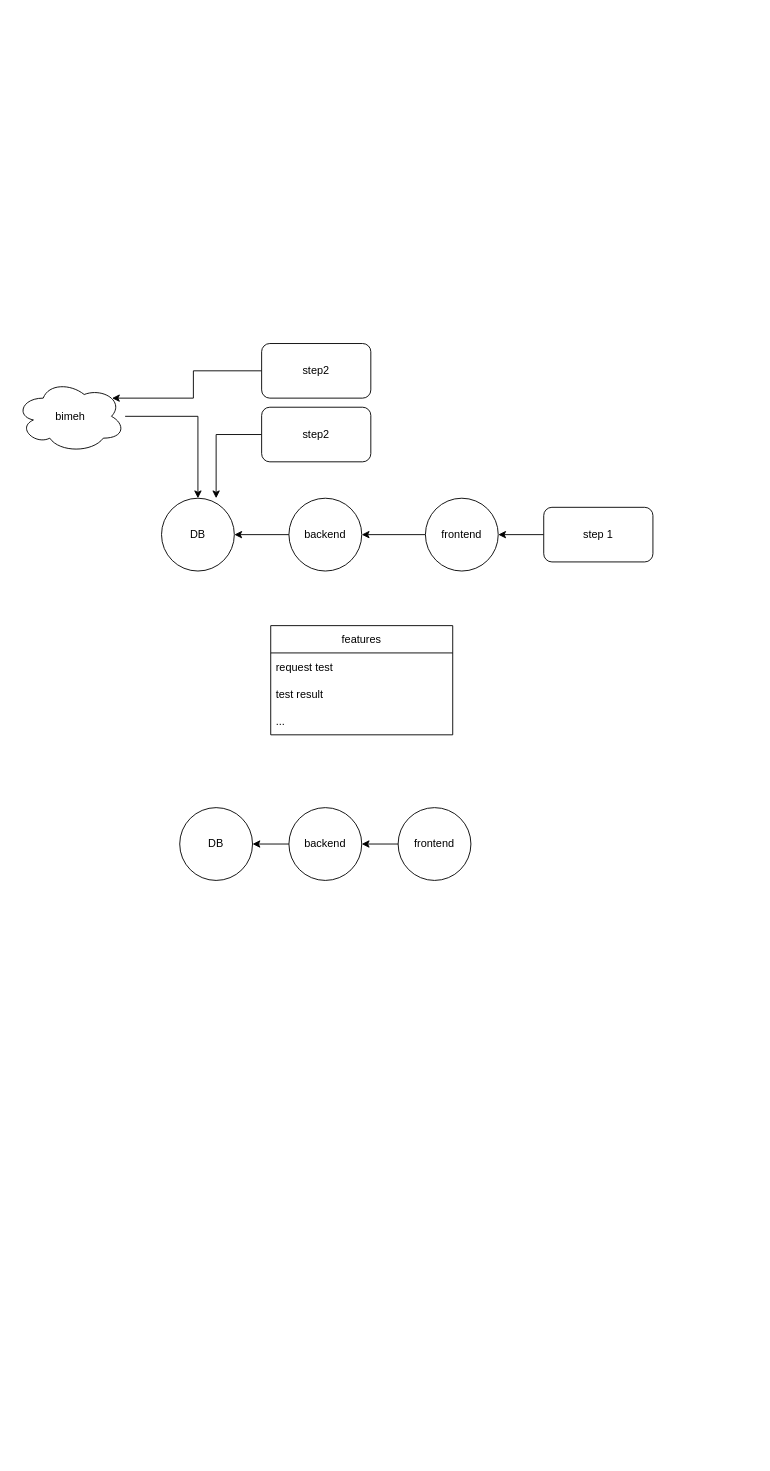
Earlier version of the draw.io diagram lab-automation.drawio (mm74noroozi/drawio). Source tidied: cells renumbered, new cells numbered last; positions are measured from the earlier drawing's top-left corner, leaving out a move shared by most shapes. Both pictures are drawn from the tidied source at 91%, with x=0, y=0 at pixel (15, 343).
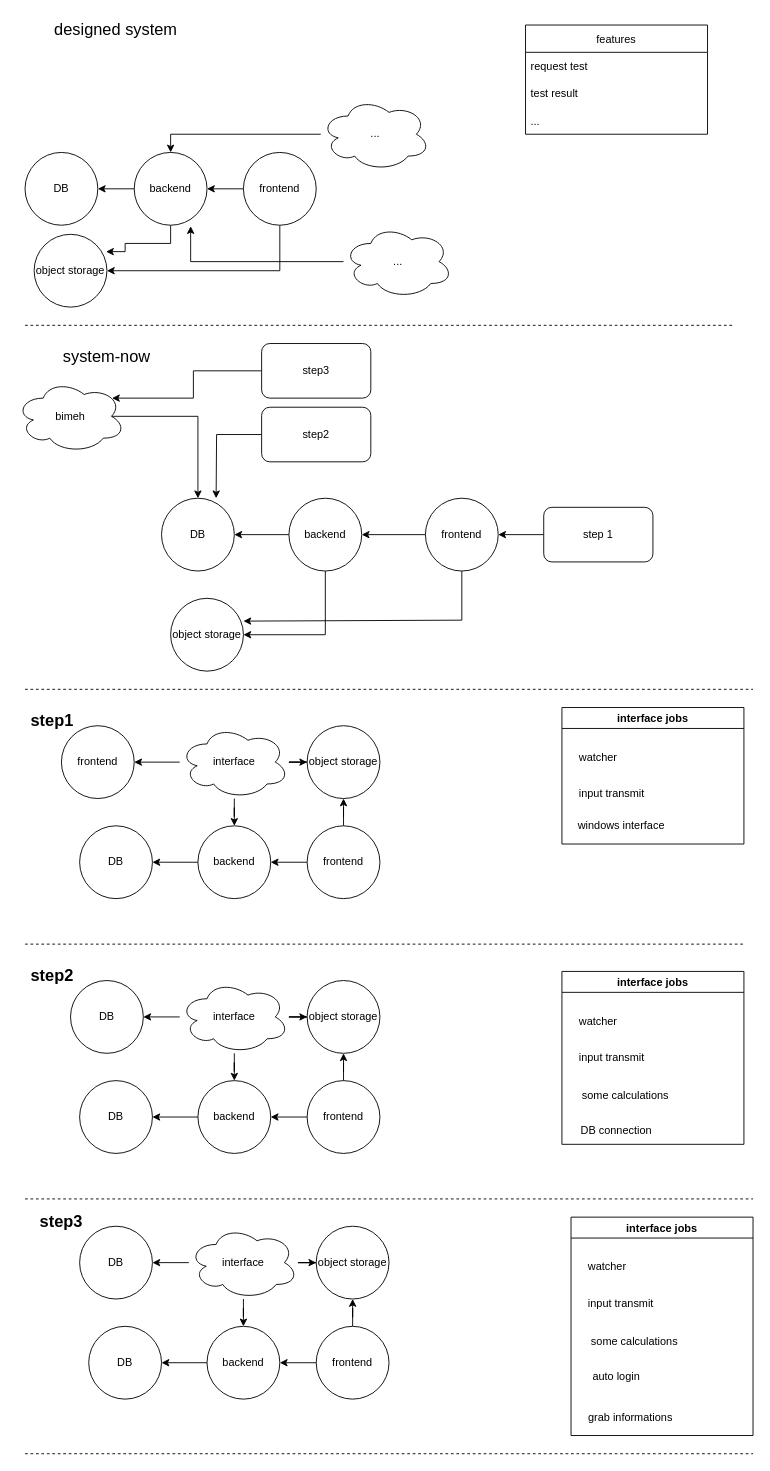
After the change.

The change refers to these unchanged cells:
```xml
<mxCell id="4" value="DB" style="ellipse;whiteSpace=wrap;html=1;" parent="1" vertex="1">
  <mxGeometry x="160" y="170" width="80" height="80" as="geometry" />
</mxCell>
<mxCell id="6" value="backend" style="ellipse;whiteSpace=wrap;html=1;" parent="1" vertex="1">
  <mxGeometry x="300" y="170" width="80" height="80" as="geometry" />
</mxCell>
<mxCell id="8" value="frontend" style="ellipse;whiteSpace=wrap;html=1;" parent="1" vertex="1">
  <mxGeometry x="450" y="170" width="80" height="80" as="geometry" />
</mxCell>
<mxCell id="10" value="bimeh" style="ellipse;shape=cloud;whiteSpace=wrap;html=1;" parent="1" vertex="1">
  <mxGeometry y="40" width="120" height="80" as="geometry" />
</mxCell>
<mxCell id="12" value="step2" style="rounded=1;whiteSpace=wrap;html=1;" parent="1" vertex="1">
  <mxGeometry x="270" y="70" width="120" height="60" as="geometry" />
</mxCell>
```

Diff of the diagram source:
```diff
@@
+    <mxCell id="24" style="edgeStyle=orthogonalEdgeStyle;rounded=0;jettySize=auto;html=1;entryX=1;entryY=0.5;entryDx=0;entryDy=0;" parent="1" edge="1" source="6" target="30">
+      <mxGeometry relative="1" as="geometry">
+        <Array as="points">
+          <mxPoint x="340" y="320" />
+        </Array>
+      </mxGeometry>
+    </mxCell>
@@
+    <mxCell id="25" style="edgeStyle=orthogonalEdgeStyle;rounded=0;jettySize=auto;html=1;entryX=1;entryY=0.313;entryDx=0;entryDy=0;entryPerimeter=0;" parent="1" edge="1" source="8" target="30">
+      <mxGeometry relative="1" as="geometry">
+        <Array as="points">
+          <mxPoint x="490" y="304" />
+        </Array>
+      </mxGeometry>
+    </mxCell>
@@
-    <mxCell id="9" style="edgeStyle=orthogonalEdgeStyle;rounded=0;jettySize=auto;html=1;entryX=0.5;entryY=0;entryDx=0;entryDy=0;" parent="1" edge="1" source="10" target="4">
+    <mxCell id="9" style="edgeStyle=orthogonalEdgeStyle;rounded=0;jettySize=auto;html=1;entryX=0.5;entryY=0;entryDx=0;entryDy=0;exitX=0.875;exitY=0.5;exitDx=0;exitDy=0;exitPerimeter=0;" parent="1" edge="1" source="10" target="4">
       <mxGeometry relative="1" as="geometry" />
     </mxCell>
@@
-    <mxCell id="11" style="edgeStyle=orthogonalEdgeStyle;rounded=0;jettySize=auto;html=1;entryX=0.75;entryY=0;entryDx=0;entryDy=0;entryPerimeter=0;" parent="1" edge="1" source="12" target="4">
-      <mxGeometry relative="1" as="geometry" />
+    <mxCell id="11" style="edgeStyle=orthogonalEdgeStyle;rounded=0;jettySize=auto;html=1;" parent="1" edge="1" source="12">
+      <mxGeometry relative="1" as="geometry">
+        <mxPoint x="220" y="170" as="targetPoint" />
+      </mxGeometry>
     </mxCell>
@@
-    <mxCell id="14" value="step2" style="rounded=1;whiteSpace=wrap;html=1;" parent="1" vertex="1">
+    <mxCell id="14" value="&lt;div&gt;step3&lt;/div&gt;" style="rounded=1;whiteSpace=wrap;html=1;" parent="1" vertex="1">
       <mxGeometry x="270" width="120" height="60" as="geometry" />
     </mxCell>
     <mxCell id="15" value="features" style="swimlane;fontStyle=0;horizontal=1;startSize=30;" parent="1" vertex="1">
-      <mxGeometry x="280" y="310" width="200" height="120" as="geometry" />
+      <mxGeometry x="560" y="-350" width="200" height="120" as="geometry" />
     </mxCell>
@@
     <mxCell id="19" value="DB" style="ellipse;whiteSpace=wrap;html=1;" parent="1" vertex="1">
-      <mxGeometry x="180" y="510" width="80" height="80" as="geometry" />
+      <mxGeometry x="10" y="-210" width="80" height="80" as="geometry" />
     </mxCell>
@@
+    <mxCell id="26" style="edgeStyle=orthogonalEdgeStyle;rounded=0;jettySize=auto;html=1;entryX=0.988;entryY=0.238;entryDx=0;entryDy=0;entryPerimeter=0;" parent="1" edge="1" source="21" target="28">
+      <mxGeometry relative="1" as="geometry">
+        <Array as="points">
+          <mxPoint x="170" y="-110" />
+          <mxPoint x="120" y="-110" />
+          <mxPoint x="120" y="-101" />
+        </Array>
+      </mxGeometry>
+    </mxCell>
     <mxCell id="21" value="backend" style="ellipse;whiteSpace=wrap;html=1;" parent="1" vertex="1">
-      <mxGeometry x="300" y="510" width="80" height="80" as="geometry" />
+      <mxGeometry x="130" y="-210" width="80" height="80" as="geometry" />
     </mxCell>
@@
+    <mxCell id="27" style="edgeStyle=orthogonalEdgeStyle;rounded=0;jettySize=auto;html=1;entryX=1;entryY=0.5;entryDx=0;entryDy=0;" parent="1" edge="1" source="23" target="28">
+      <mxGeometry relative="1" as="geometry">
+        <Array as="points">
+          <mxPoint x="290" y="-80" />
+        </Array>
+      </mxGeometry>
+    </mxCell>
     <mxCell id="23" value="frontend" style="ellipse;whiteSpace=wrap;html=1;" parent="1" vertex="1">
-      <mxGeometry x="420" y="510" width="80" height="80" as="geometry" />
+      <mxGeometry x="250" y="-210" width="80" height="80" as="geometry" />
     </mxCell>
+    <mxCell id="28" value="object storage" style="ellipse;whiteSpace=wrap;html=1;" parent="1" vertex="1">
+      <mxGeometry x="20" y="-120" width="80" height="80" as="geometry" />
+    </mxCell>
+    <mxCell id="29" style="endArrow=none;dashed=1;html=1;rounded=0;" parent="1" edge="1">
+      <mxGeometry relative="1" as="geometry">
+        <mxPoint x="10" y="-20" as="sourcePoint" />
+        <mxPoint x="790" y="-20" as="targetPoint" />
+      </mxGeometry>
+    </mxCell>
+    <mxCell id="30" value="object storage" style="ellipse;whiteSpace=wrap;html=1;" parent="1" vertex="1">
+      <mxGeometry x="170" y="280" width="80" height="80" as="geometry" />
+    </mxCell>
+    <mxCell id="31" style="endArrow=none;dashed=1;html=1;rounded=0;" parent="1" edge="1">
+      <mxGeometry relative="1" as="geometry">
+        <mxPoint x="10" y="380" as="sourcePoint" />
+        <mxPoint x="810" y="380" as="targetPoint" />
+      </mxGeometry>
+    </mxCell>
+    <mxCell id="32" style="edgeStyle=orthogonalEdgeStyle;rounded=0;jettySize=auto;html=1;entryX=0.775;entryY=1.013;entryDx=0;entryDy=0;entryPerimeter=0;fontSize=18;" parent="1" edge="1" source="33" target="21">
+      <mxGeometry relative="1" as="geometry" />
+    </mxCell>
+    <mxCell id="33" value="..." style="ellipse;shape=cloud;whiteSpace=wrap;html=1;" parent="1" vertex="1">
+      <mxGeometry x="360" y="-130" width="120" height="80" as="geometry" />
+    </mxCell>
+    <mxCell id="34" style="edgeStyle=orthogonalEdgeStyle;rounded=0;jettySize=auto;html=1;entryX=0.5;entryY=0;entryDx=0;entryDy=0;fontSize=18;" parent="1" edge="1" source="35" target="21">
+      <mxGeometry relative="1" as="geometry" />
+    </mxCell>
+    <mxCell id="35" value="..." style="ellipse;shape=cloud;whiteSpace=wrap;html=1;" parent="1" vertex="1">
+      <mxGeometry x="335" y="-270" width="120" height="80" as="geometry" />
+    </mxCell>
+    <mxCell id="36" value="frontend" style="ellipse;whiteSpace=wrap;html=1;" parent="1" vertex="1">
+      <mxGeometry x="50" y="420" width="80" height="80" as="geometry" />
+    </mxCell>
+    <mxCell id="37" style="edgeStyle=orthogonalEdgeStyle;rounded=0;jettySize=auto;html=1;" parent="1" edge="1" source="40" target="46">
+      <mxGeometry relative="1" as="geometry" />
+    </mxCell>
+    <mxCell id="38" style="edgeStyle=orthogonalEdgeStyle;rounded=0;jettySize=auto;html=1;" parent="1" edge="1" source="40" target="36">
+      <mxGeometry relative="1" as="geometry" />
+    </mxCell>
+    <mxCell id="39" style="edgeStyle=orthogonalEdgeStyle;rounded=0;jettySize=auto;html=1;entryX=0;entryY=0.5;entryDx=0;entryDy=0;" parent="1" edge="1" source="40" target="51">
+      <mxGeometry relative="1" as="geometry" />
+    </mxCell>
+    <mxCell id="40" value="interface" style="ellipse;shape=cloud;whiteSpace=wrap;html=1;" parent="1" vertex="1">
+      <mxGeometry x="180" y="420" width="120" height="80" as="geometry" />
+    </mxCell>
+    <mxCell id="41" value="interface jobs" style="swimlane;" parent="1" vertex="1">
+      <mxGeometry x="600" y="400" width="200" height="150" as="geometry" />
+    </mxCell>
+    <mxCell id="42" value="watcher" style="text;html=1;strokeColor=none;fillColor=none;align=center;verticalAlign=middle;whiteSpace=wrap;rounded=0;" parent="41" vertex="1">
+      <mxGeometry x="10" y="40" width="60" height="30" as="geometry" />
+    </mxCell>
+    <mxCell id="43" value="input transmit" style="text;html=1;strokeColor=none;fillColor=none;align=center;verticalAlign=middle;whiteSpace=wrap;rounded=0;" parent="41" vertex="1">
+      <mxGeometry y="80" width="110" height="30" as="geometry" />
+    </mxCell>
+    <mxCell id="44" value="windows interface" style="text;html=1;align=center;verticalAlign=middle;strokeColor=none;fillColor=none;fontSize=12;" parent="41" vertex="1">
+      <mxGeometry x="10" y="120" width="110" height="20" as="geometry" />
+    </mxCell>
+    <mxCell id="45" style="edgeStyle=orthogonalEdgeStyle;rounded=0;jettySize=auto;html=1;" parent="1" edge="1" source="46" target="50">
+      <mxGeometry relative="1" as="geometry" />
+    </mxCell>
+    <mxCell id="46" value="backend" style="ellipse;whiteSpace=wrap;html=1;" parent="1" vertex="1">
+      <mxGeometry x="200" y="530" width="80" height="80" as="geometry" />
+    </mxCell>
+    <mxCell id="47" style="edgeStyle=orthogonalEdgeStyle;rounded=0;jettySize=auto;html=1;" parent="1" edge="1" source="49" target="46">
+      <mxGeometry relative="1" as="geometry" />
+    </mxCell>
+    <mxCell id="48" style="edgeStyle=orthogonalEdgeStyle;rounded=0;jettySize=auto;html=1;" parent="1" edge="1" source="49" target="51">
+      <mxGeometry relative="1" as="geometry" />
+    </mxCell>
+    <mxCell id="49" value="frontend" style="ellipse;whiteSpace=wrap;html=1;" parent="1" vertex="1">
+      <mxGeometry x="320" y="530" width="80" height="80" as="geometry" />
+    </mxCell>
+    <mxCell id="50" value="DB" style="ellipse;whiteSpace=wrap;html=1;" parent="1" vertex="1">
+      <mxGeometry x="70" y="530" width="80" height="80" as="geometry" />
+    </mxCell>
+    <mxCell id="51" value="object storage" style="ellipse;whiteSpace=wrap;html=1;" parent="1" vertex="1">
+      <mxGeometry x="320" y="420" width="80" height="80" as="geometry" />
+    </mxCell>
+    <mxCell id="52" style="endArrow=none;dashed=1;html=1;rounded=0;" parent="1" edge="1">
+      <mxGeometry relative="1" as="geometry">
+        <mxPoint x="10" y="660" as="sourcePoint" />
+        <mxPoint x="800" y="660" as="targetPoint" />
+      </mxGeometry>
+    </mxCell>
+    <mxCell id="53" value="&lt;font style=&quot;font-size: 18px&quot;&gt;&lt;b&gt;step1&lt;/b&gt;&lt;/font&gt;" style="text;html=1;strokeColor=none;fillColor=none;align=center;verticalAlign=middle;whiteSpace=wrap;rounded=0;" parent="1" vertex="1">
+      <mxGeometry x="10" y="400" width="60" height="30" as="geometry" />
+    </mxCell>
+    <mxCell id="54" value="system-now" style="text;html=1;strokeColor=none;fillColor=none;align=center;verticalAlign=middle;whiteSpace=wrap;rounded=0;fontSize=18;" parent="1" vertex="1">
+      <mxGeometry x="20" width="160" height="30" as="geometry" />
+    </mxCell>
+    <mxCell id="55" value="designed system" style="text;html=1;strokeColor=none;fillColor=none;align=center;verticalAlign=middle;whiteSpace=wrap;rounded=0;fontSize=18;" parent="1" vertex="1">
+      <mxGeometry x="30" y="-360" width="160" height="30" as="geometry" />
+    </mxCell>
+    <mxCell id="56" value="DB" style="ellipse;whiteSpace=wrap;html=1;" parent="1" vertex="1">
+      <mxGeometry x="60" y="700" width="80" height="80" as="geometry" />
+    </mxCell>
+    <mxCell id="57" style="edgeStyle=orthogonalEdgeStyle;rounded=0;jettySize=auto;html=1;" parent="1" edge="1" source="60" target="67">
+      <mxGeometry relative="1" as="geometry" />
+    </mxCell>
+    <mxCell id="58" style="edgeStyle=orthogonalEdgeStyle;rounded=0;jettySize=auto;html=1;" parent="1" edge="1" source="60" target="56">
+      <mxGeometry relative="1" as="geometry" />
+    </mxCell>
+    <mxCell id="59" style="edgeStyle=orthogonalEdgeStyle;rounded=0;jettySize=auto;html=1;entryX=0;entryY=0.5;entryDx=0;entryDy=0;" parent="1" edge="1" source="60" target="72">
+      <mxGeometry relative="1" as="geometry" />
+    </mxCell>
+    <mxCell id="60" value="interface" style="ellipse;shape=cloud;whiteSpace=wrap;html=1;" parent="1" vertex="1">
+      <mxGeometry x="180" y="700" width="120" height="80" as="geometry" />
+    </mxCell>
+    <mxCell id="61" value="interface jobs" style="swimlane;" parent="1" vertex="1">
+      <mxGeometry x="600" y="690" width="200" height="190" as="geometry" />
+    </mxCell>
+    <mxCell id="62" value="watcher" style="text;html=1;strokeColor=none;fillColor=none;align=center;verticalAlign=middle;whiteSpace=wrap;rounded=0;" parent="61" vertex="1">
+      <mxGeometry x="10" y="40" width="60" height="30" as="geometry" />
+    </mxCell>
+    <mxCell id="63" value="input transmit" style="text;html=1;strokeColor=none;fillColor=none;align=center;verticalAlign=middle;whiteSpace=wrap;rounded=0;" parent="61" vertex="1">
+      <mxGeometry y="80" width="110" height="30" as="geometry" />
+    </mxCell>
+    <mxCell id="64" value="&lt;font style=&quot;font-size: 12px&quot;&gt;some calculations&lt;br&gt;&lt;/font&gt;" style="text;html=1;strokeColor=none;fillColor=none;align=center;verticalAlign=middle;whiteSpace=wrap;rounded=0;fontSize=18;" parent="61" vertex="1">
+      <mxGeometry x="10" y="120" width="120" height="30" as="geometry" />
+    </mxCell>
+    <mxCell id="65" value="DB connection" style="text;html=1;strokeColor=none;fillColor=none;align=center;verticalAlign=middle;whiteSpace=wrap;rounded=0;fontSize=12;" parent="61" vertex="1">
+      <mxGeometry x="10" y="160" width="100" height="30" as="geometry" />
+    </mxCell>
+    <mxCell id="66" style="edgeStyle=orthogonalEdgeStyle;rounded=0;jettySize=auto;html=1;" parent="1" edge="1" source="67" target="71">
+      <mxGeometry relative="1" as="geometry" />
+    </mxCell>
+    <mxCell id="67" value="backend" style="ellipse;whiteSpace=wrap;html=1;" parent="1" vertex="1">
+      <mxGeometry x="200" y="810" width="80" height="80" as="geometry" />
+    </mxCell>
+    <mxCell id="68" style="edgeStyle=orthogonalEdgeStyle;rounded=0;jettySize=auto;html=1;" parent="1" edge="1" source="70" target="67">
+      <mxGeometry relative="1" as="geometry" />
+    </mxCell>
+    <mxCell id="69" style="edgeStyle=orthogonalEdgeStyle;rounded=0;jettySize=auto;html=1;" parent="1" edge="1" source="70" target="72">
+      <mxGeometry relative="1" as="geometry" />
+    </mxCell>
+    <mxCell id="70" value="frontend" style="ellipse;whiteSpace=wrap;html=1;" parent="1" vertex="1">
+      <mxGeometry x="320" y="810" width="80" height="80" as="geometry" />
+    </mxCell>
+    <mxCell id="71" value="DB" style="ellipse;whiteSpace=wrap;html=1;" parent="1" vertex="1">
+      <mxGeometry x="70" y="810" width="80" height="80" as="geometry" />
+    </mxCell>
+    <mxCell id="72" value="object storage" style="ellipse;whiteSpace=wrap;html=1;" parent="1" vertex="1">
+      <mxGeometry x="320" y="700" width="80" height="80" as="geometry" />
+    </mxCell>
+    <mxCell id="73" value="&lt;font style=&quot;font-size: 18px&quot;&gt;&lt;b&gt;step2&lt;/b&gt;&lt;/font&gt;" style="text;html=1;strokeColor=none;fillColor=none;align=center;verticalAlign=middle;whiteSpace=wrap;rounded=0;" parent="1" vertex="1">
+      <mxGeometry x="10" y="680" width="60" height="30" as="geometry" />
+    </mxCell>
+    <mxCell id="74" style="endArrow=none;dashed=1;html=1;rounded=0;fontSize=12;" parent="1" edge="1">
+      <mxGeometry relative="1" as="geometry">
+        <mxPoint x="10" y="940" as="sourcePoint" />
+        <mxPoint x="810" y="940" as="targetPoint" />
+      </mxGeometry>
+    </mxCell>
+    <mxCell id="75" value="DB" style="ellipse;whiteSpace=wrap;html=1;" parent="1" vertex="1">
+      <mxGeometry x="70" y="970" width="80" height="80" as="geometry" />
+    </mxCell>
+    <mxCell id="76" style="edgeStyle=orthogonalEdgeStyle;rounded=0;jettySize=auto;html=1;" parent="1" edge="1" source="79" target="87">
+      <mxGeometry relative="1" as="geometry" />
+    </mxCell>
+    <mxCell id="77" style="edgeStyle=orthogonalEdgeStyle;rounded=0;jettySize=auto;html=1;" parent="1" edge="1" source="79" target="75">
+      <mxGeometry relative="1" as="geometry" />
+    </mxCell>
+    <mxCell id="78" style="edgeStyle=orthogonalEdgeStyle;rounded=0;jettySize=auto;html=1;entryX=0;entryY=0.5;entryDx=0;entryDy=0;" parent="1" edge="1" source="79" target="92">
+      <mxGeometry relative="1" as="geometry" />
+    </mxCell>
+    <mxCell id="79" value="interface" style="ellipse;shape=cloud;whiteSpace=wrap;html=1;" parent="1" vertex="1">
+      <mxGeometry x="190" y="970" width="120" height="80" as="geometry" />
+    </mxCell>
+    <mxCell id="80" value="interface jobs" style="swimlane;" parent="1" vertex="1">
+      <mxGeometry x="610" y="960" width="200" height="240" as="geometry" />
+    </mxCell>
+    <mxCell id="81" value="watcher" style="text;html=1;strokeColor=none;fillColor=none;align=center;verticalAlign=middle;whiteSpace=wrap;rounded=0;" parent="80" vertex="1">
+      <mxGeometry x="10" y="40" width="60" height="30" as="geometry" />
+    </mxCell>
+    <mxCell id="82" value="input transmit" style="text;html=1;strokeColor=none;fillColor=none;align=center;verticalAlign=middle;whiteSpace=wrap;rounded=0;" parent="80" vertex="1">
+      <mxGeometry y="80" width="110" height="30" as="geometry" />
+    </mxCell>
+    <mxCell id="83" value="&lt;font style=&quot;font-size: 12px&quot;&gt;some calculations&lt;br&gt;&lt;/font&gt;" style="text;html=1;strokeColor=none;fillColor=none;align=center;verticalAlign=middle;whiteSpace=wrap;rounded=0;fontSize=18;" parent="80" vertex="1">
+      <mxGeometry x="10" y="120" width="120" height="30" as="geometry" />
+    </mxCell>
+    <mxCell id="84" value="auto login" style="text;html=1;strokeColor=none;fillColor=none;align=center;verticalAlign=middle;whiteSpace=wrap;rounded=0;fontSize=12;" parent="80" vertex="1">
+      <mxGeometry x="20" y="160" width="60" height="30" as="geometry" />
+    </mxCell>
+    <mxCell id="85" value="grab informations" style="text;html=1;align=center;verticalAlign=middle;strokeColor=none;fillColor=none;fontSize=12;" parent="80" vertex="1">
+      <mxGeometry x="10" y="210" width="110" height="20" as="geometry" />
+    </mxCell>
+    <mxCell id="86" style="edgeStyle=orthogonalEdgeStyle;rounded=0;jettySize=auto;html=1;" parent="1" edge="1" source="87" target="91">
+      <mxGeometry relative="1" as="geometry" />
+    </mxCell>
+    <mxCell id="87" value="backend" style="ellipse;whiteSpace=wrap;html=1;" parent="1" vertex="1">
+      <mxGeometry x="210" y="1080" width="80" height="80" as="geometry" />
+    </mxCell>
+    <mxCell id="88" style="edgeStyle=orthogonalEdgeStyle;rounded=0;jettySize=auto;html=1;" parent="1" edge="1" source="90" target="87">
+      <mxGeometry relative="1" as="geometry" />
+    </mxCell>
+    <mxCell id="89" style="edgeStyle=orthogonalEdgeStyle;rounded=0;jettySize=auto;html=1;" parent="1" edge="1" source="90" target="92">
+      <mxGeometry relative="1" as="geometry" />
+    </mxCell>
+    <mxCell id="90" value="frontend" style="ellipse;whiteSpace=wrap;html=1;" parent="1" vertex="1">
+      <mxGeometry x="330" y="1080" width="80" height="80" as="geometry" />
+    </mxCell>
+    <mxCell id="91" value="DB" style="ellipse;whiteSpace=wrap;html=1;" parent="1" vertex="1">
+      <mxGeometry x="80" y="1080" width="80" height="80" as="geometry" />
+    </mxCell>
+    <mxCell id="92" value="object storage" style="ellipse;whiteSpace=wrap;html=1;" parent="1" vertex="1">
+      <mxGeometry x="330" y="970" width="80" height="80" as="geometry" />
+    </mxCell>
+    <mxCell id="93" value="&lt;font style=&quot;font-size: 18px&quot;&gt;&lt;b&gt;step3&lt;/b&gt;&lt;/font&gt;" style="text;html=1;strokeColor=none;fillColor=none;align=center;verticalAlign=middle;whiteSpace=wrap;rounded=0;" parent="1" vertex="1">
+      <mxGeometry x="20" y="950" width="60" height="30" as="geometry" />
+    </mxCell>
+    <mxCell id="94" style="endArrow=none;dashed=1;html=1;rounded=0;fontSize=12;" parent="1" edge="1">
+      <mxGeometry relative="1" as="geometry">
+        <mxPoint x="10" y="1220" as="sourcePoint" />
+        <mxPoint x="810" y="1220" as="targetPoint" />
+      </mxGeometry>
+    </mxCell>
```
